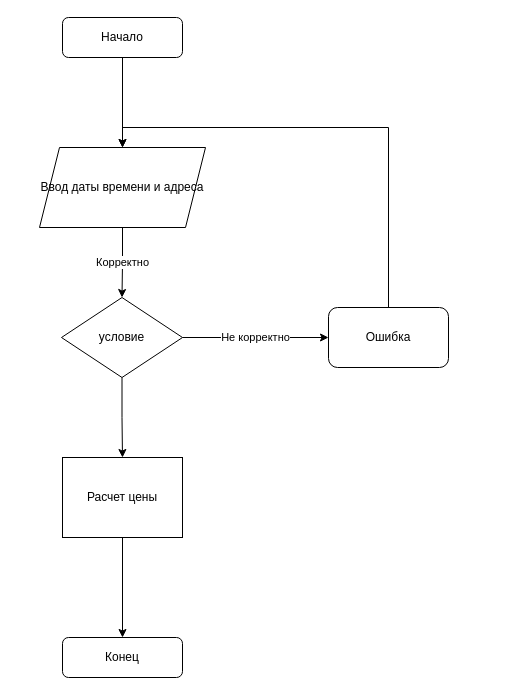
The draw.io diagram yandex-routes-block-diagram.drawio in FreeStailer/QA_engineer, before the edit. Source tidied: cells renumbered, new cells numbered last; positions are measured from the earlier drawing's top-left corner, leaving out a move shared by most shapes. Both pictures are drawn from the tidied source at 100%, with x=0, y=0 at pixel (39, 17).
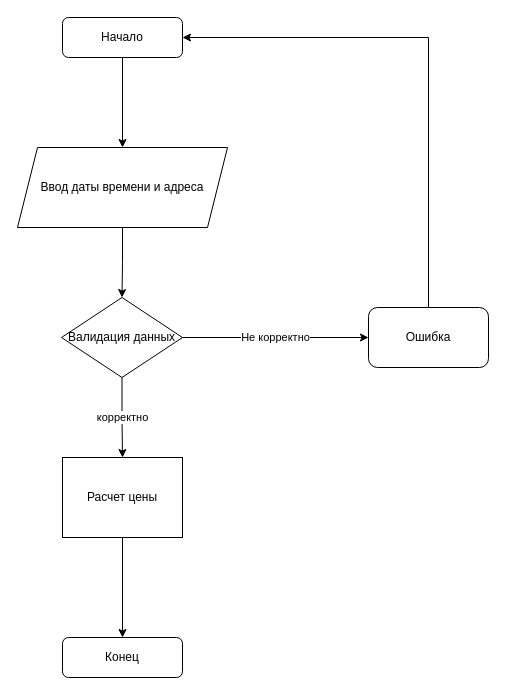
The same page after the edit.

What changed in the source:
```diff
@@
 <mxGraphModel>
   <root>
     <mxCell id="0" />
     <mxCell id="1" parent="0" />
     <mxCell id="2" style="edgeStyle=orthogonalEdgeStyle;rounded=0;jettySize=auto;html=1;" parent="1" edge="1" source="3" target="10">
       <mxGeometry relative="1" as="geometry" />
     </mxCell>
     <mxCell id="3" value="Начало" style="rounded=1;whiteSpace=wrap;html=1;" parent="1" vertex="1">
       <mxGeometry x="23" width="120" height="40" as="geometry" />
     </mxCell>
     <mxCell id="4" value="Конец" style="rounded=1;whiteSpace=wrap;html=1;" parent="1" vertex="1">
       <mxGeometry x="23" y="620" width="120" height="40" as="geometry" />
     </mxCell>
-    <mxCell id="5" style="edgeStyle=orthogonalEdgeStyle;rounded=0;jettySize=auto;html=1;" parent="1" edge="1" source="6" target="8">
+    <mxCell id="5" value="корректно" style="edgeStyle=orthogonalEdgeStyle;rounded=0;jettySize=auto;html=1;" parent="1" edge="1" source="6" target="8">
       <mxGeometry relative="1" as="geometry" />
     </mxCell>
-    <mxCell id="6" value="условие" style="rhombus;whiteSpace=wrap;html=1;" parent="1" vertex="1">
+    <mxCell id="6" value="Валидация данных" style="rhombus;whiteSpace=wrap;html=1;" parent="1" vertex="1">
       <mxGeometry x="22" y="280" width="121" height="80" as="geometry" />
     </mxCell>
     <mxCell id="7" style="edgeStyle=orthogonalEdgeStyle;rounded=0;jettySize=auto;html=1;" parent="1" edge="1" source="8" target="4">
       <mxGeometry relative="1" as="geometry" />
     </mxCell>
     <mxCell id="8" value="Расчет цены" style="rounded=0;whiteSpace=wrap;html=1;" parent="1" vertex="1">
       <mxGeometry x="23" y="440" width="120" height="80" as="geometry" />
     </mxCell>
-    <mxCell id="9" value="Корректно" style="edgeStyle=orthogonalEdgeStyle;rounded=0;jettySize=auto;html=1;" parent="1" edge="1" source="10" target="6">
+    <mxCell id="9" style="edgeStyle=orthogonalEdgeStyle;rounded=0;jettySize=auto;html=1;" parent="1" edge="1" source="10" target="6">
       <mxGeometry relative="1" as="geometry" />
     </mxCell>
     <mxCell id="10" value="Ввод даты времени и адреса" style="shape=parallelogram;perimeter=parallelogramPerimeter;whiteSpace=wrap;html=1;fixedSize=1;" parent="1" vertex="1">
-      <mxGeometry y="130" width="166" height="80" as="geometry" />
+      <mxGeometry x="-22" y="130" width="210" height="80" as="geometry" />
     </mxCell>
     <mxCell id="11" value="Не корректно" style="endArrow=classic;html=1;rounded=0;exitX=1;exitY=0.5;exitDx=0;exitDy=0;entryX=0;entryY=0.5;entryDx=0;entryDy=0;" parent="1" edge="1" source="6" target="13">
       <mxGeometry relative="1" as="geometry" />
     </mxCell>
-    <mxCell id="12" style="edgeStyle=orthogonalEdgeStyle;rounded=0;jettySize=auto;html=1;exitX=0.5;exitY=0;exitDx=0;exitDy=0;entryX=0.5;entryY=0;entryDx=0;entryDy=0;" parent="1" edge="1" source="13" target="10">
-      <mxGeometry relative="1" as="geometry" />
-    </mxCell>
+    <mxCell id="14" style="edgeStyle=orthogonalEdgeStyle;rounded=0;jettySize=auto;html=1;exitX=0.5;exitY=0;exitDx=0;exitDy=0;entryX=1;entryY=0.5;entryDx=0;entryDy=0;" parent="1" edge="1" source="13" target="3">
+      <mxGeometry relative="1" as="geometry" />
+    </mxCell>
     <mxCell id="13" value="Ошибка" style="rounded=1;whiteSpace=wrap;html=1;" parent="1" vertex="1">
-      <mxGeometry x="289" y="290" width="120" height="60" as="geometry" />
+      <mxGeometry x="329" y="290" width="120" height="60" as="geometry" />
     </mxCell>
   </root>
 </mxGraphModel>
```
